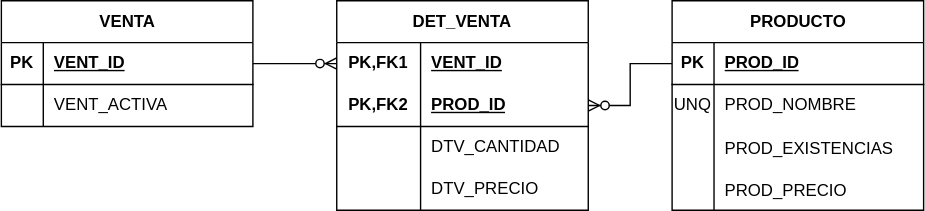
gilpgawoas/gilpgawoas.github.io keeps this draw.io diagram as img/m21compras/comprasrel.drawio.svg. Above is the earlier version. Source tidied: cells renumbered, new cells last; positions are measured from the earlier drawing's top-left corner, leaving out a move shared by most shapes. Source of this version:
```xml
<mxGraphModel>
  <root>
    <mxCell id="0" />
    <mxCell id="1" parent="0" />
    <mxCell id="2" value="PRODUCTO" style="shape=table;startSize=30;rowLines=0;fontStyle=1;align=center;html=1;" parent="1" vertex="1">
      <mxGeometry x="480" width="180" height="150" as="geometry" />
    </mxCell>
    <mxCell id="3" style="shape=tableRow;horizontal=0;startSize=0;swimlaneHead=0;swimlaneBody=0;fillColor=none;points=[[0,0.5],[1,0.5]];portConstraint=eastwest;top=0;left=0;right=0;bottom=1;" parent="2" vertex="1">
      <mxGeometry y="30" width="180" height="30" as="geometry" />
    </mxCell>
    <mxCell id="4" value="PK" style="shape=partialRectangle;fillColor=none;top=0;left=0;bottom=0;right=0;fontStyle=1;overflow=hidden;whiteSpace=wrap;html=1;" parent="3" vertex="1">
      <mxGeometry width="30" height="30" as="geometry" />
    </mxCell>
    <mxCell id="5" value="PROD_ID" style="shape=partialRectangle;fillColor=none;top=0;left=0;bottom=0;right=0;align=left;spacingLeft=6;fontStyle=5;overflow=hidden;whiteSpace=wrap;html=1;" parent="3" vertex="1">
      <mxGeometry x="30" width="150" height="30" as="geometry" />
    </mxCell>
    <mxCell id="6" style="shape=tableRow;horizontal=0;startSize=0;swimlaneHead=0;swimlaneBody=0;fillColor=none;top=0;left=0;right=0;bottom=0;" parent="2" vertex="1">
      <mxGeometry y="60" width="180" height="30" as="geometry" />
    </mxCell>
    <mxCell id="7" value="UNQ" style="shape=partialRectangle;fillColor=none;top=0;left=0;bottom=0;right=0;overflow=hidden;whiteSpace=wrap;html=1;" parent="6" vertex="1">
      <mxGeometry width="30" height="30" as="geometry" />
    </mxCell>
    <mxCell id="8" value="PROD_NOMBRE" style="shape=partialRectangle;fillColor=none;top=0;left=0;bottom=0;right=0;align=left;spacingLeft=6;overflow=hidden;whiteSpace=wrap;html=1;" parent="6" vertex="1">
      <mxGeometry x="30" width="150" height="30" as="geometry" />
    </mxCell>
    <mxCell id="9" style="shape=tableRow;horizontal=0;startSize=0;swimlaneHead=0;swimlaneBody=0;fillColor=none;top=0;left=0;right=0;bottom=0;" parent="2" vertex="1">
      <mxGeometry y="90" width="180" height="30" as="geometry" />
    </mxCell>
    <mxCell id="10" style="shape=partialRectangle;fillColor=none;top=0;left=0;bottom=0;right=0;overflow=hidden;" parent="9" vertex="1">
      <mxGeometry width="30" height="30" as="geometry" />
    </mxCell>
    <mxCell id="11" value="PROD_EXISTENCIAS" style="shape=partialRectangle;fillColor=none;top=0;left=0;bottom=0;right=0;align=left;spacingLeft=6;overflow=hidden;" parent="9" vertex="1">
      <mxGeometry x="30" width="150" height="30" as="geometry" />
    </mxCell>
    <mxCell id="12" style="shape=tableRow;horizontal=0;startSize=0;swimlaneHead=0;swimlaneBody=0;fillColor=none;top=0;left=0;right=0;bottom=0;" parent="2" vertex="1">
      <mxGeometry y="120" width="180" height="30" as="geometry" />
    </mxCell>
    <mxCell id="13" style="shape=partialRectangle;fillColor=none;top=0;left=0;bottom=0;right=0;overflow=hidden;" parent="12" vertex="1">
      <mxGeometry width="30" height="30" as="geometry" />
    </mxCell>
    <mxCell id="14" value="PROD_PRECIO" style="shape=partialRectangle;fillColor=none;top=0;left=0;bottom=0;right=0;align=left;spacingLeft=6;overflow=hidden;" parent="12" vertex="1">
      <mxGeometry x="30" width="150" height="30" as="geometry" />
    </mxCell>
    <mxCell id="15" value="VENTA" style="shape=table;startSize=30;rowLines=0;fontStyle=1;align=center;html=1;" parent="1" vertex="1">
      <mxGeometry width="180" height="90" as="geometry" />
    </mxCell>
    <mxCell id="16" style="shape=tableRow;horizontal=0;startSize=0;swimlaneHead=0;swimlaneBody=0;fillColor=none;points=[[0,0.5],[1,0.5]];portConstraint=eastwest;top=0;left=0;right=0;bottom=1;" parent="15" vertex="1">
      <mxGeometry y="30" width="180" height="30" as="geometry" />
    </mxCell>
    <mxCell id="17" value="PK" style="shape=partialRectangle;fillColor=none;top=0;left=0;bottom=0;right=0;fontStyle=1;overflow=hidden;whiteSpace=wrap;html=1;" parent="16" vertex="1">
      <mxGeometry width="30" height="30" as="geometry" />
    </mxCell>
    <mxCell id="18" value="VENT_ID" style="shape=partialRectangle;fillColor=none;top=0;left=0;bottom=0;right=0;align=left;spacingLeft=6;fontStyle=5;overflow=hidden;whiteSpace=wrap;html=1;" parent="16" vertex="1">
      <mxGeometry x="30" width="150" height="30" as="geometry" />
    </mxCell>
    <mxCell id="19" style="shape=tableRow;horizontal=0;startSize=0;swimlaneHead=0;swimlaneBody=0;fillColor=none;top=0;left=0;right=0;bottom=0;" parent="15" vertex="1">
      <mxGeometry y="60" width="180" height="30" as="geometry" />
    </mxCell>
    <mxCell id="20" style="shape=partialRectangle;fillColor=none;top=0;left=0;bottom=0;right=0;overflow=hidden;whiteSpace=wrap;html=1;" parent="19" vertex="1">
      <mxGeometry width="30" height="30" as="geometry" />
    </mxCell>
    <mxCell id="21" value="VENT_ACTIVA" style="shape=partialRectangle;fillColor=none;top=0;left=0;bottom=0;right=0;align=left;spacingLeft=6;overflow=hidden;whiteSpace=wrap;html=1;" parent="19" vertex="1">
      <mxGeometry x="30" width="150" height="30" as="geometry" />
    </mxCell>
    <mxCell id="22" style="edgeStyle=entityRelationEdgeStyle;fontSize=12;html=1;endArrow=ERzeroToMany;endFill=1;rounded=0;exitX=0;exitY=0.5;exitDx=0;exitDy=0;entryX=1;entryY=0.5;entryDx=0;entryDy=0;" parent="1" edge="1" source="3" target="28">
      <mxGeometry relative="1" as="geometry" />
    </mxCell>
    <mxCell id="23" style="edgeStyle=entityRelationEdgeStyle;fontSize=12;html=1;endArrow=ERzeroToMany;endFill=1;rounded=0;exitX=1;exitY=0.5;exitDx=0;exitDy=0;entryX=0;entryY=0.5;entryDx=0;entryDy=0;" parent="1" edge="1" source="16" target="25">
      <mxGeometry relative="1" as="geometry" />
    </mxCell>
    <mxCell id="24" value="DET_VENTA" style="shape=table;startSize=30;rowLines=0;fontStyle=1;align=center;html=1;whiteSpace=wrap;" parent="1" vertex="1">
      <mxGeometry x="240" width="180" height="150" as="geometry" />
    </mxCell>
    <mxCell id="25" style="shape=tableRow;horizontal=0;startSize=0;swimlaneHead=0;swimlaneBody=0;fillColor=none;points=[[0,0.5],[1,0.5]];portConstraint=eastwest;top=0;left=0;right=0;bottom=0;html=1;" parent="24" vertex="1">
      <mxGeometry y="30" width="180" height="30" as="geometry" />
    </mxCell>
    <mxCell id="26" value="PK,FK1" style="shape=partialRectangle;fillColor=none;top=0;left=0;bottom=0;right=0;fontStyle=1;overflow=hidden;html=1;whiteSpace=wrap;" parent="25" vertex="1">
      <mxGeometry width="60" height="30" as="geometry" />
    </mxCell>
    <mxCell id="27" value="VENT_ID" style="shape=partialRectangle;fillColor=none;top=0;left=0;bottom=0;right=0;align=left;spacingLeft=6;fontStyle=5;overflow=hidden;html=1;whiteSpace=wrap;" parent="25" vertex="1">
      <mxGeometry x="60" width="120" height="30" as="geometry" />
    </mxCell>
    <mxCell id="28" style="shape=tableRow;horizontal=0;startSize=0;swimlaneHead=0;swimlaneBody=0;fillColor=none;points=[[0,0.5],[1,0.5]];portConstraint=eastwest;top=0;left=0;right=0;bottom=1;html=1;" parent="24" vertex="1">
      <mxGeometry y="60" width="180" height="30" as="geometry" />
    </mxCell>
    <mxCell id="29" value="PK,FK2" style="shape=partialRectangle;fillColor=none;top=0;left=0;bottom=0;right=0;fontStyle=1;overflow=hidden;html=1;whiteSpace=wrap;" parent="28" vertex="1">
      <mxGeometry width="60" height="30" as="geometry" />
    </mxCell>
    <mxCell id="30" value="PROD_ID" style="shape=partialRectangle;fillColor=none;top=0;left=0;bottom=0;right=0;align=left;spacingLeft=6;fontStyle=5;overflow=hidden;html=1;whiteSpace=wrap;" parent="28" vertex="1">
      <mxGeometry x="60" width="120" height="30" as="geometry" />
    </mxCell>
    <mxCell id="31" style="shape=tableRow;horizontal=0;startSize=0;swimlaneHead=0;swimlaneBody=0;fillColor=none;top=0;left=0;right=0;bottom=0;html=1;" parent="24" vertex="1">
      <mxGeometry y="90" width="180" height="30" as="geometry" />
    </mxCell>
    <mxCell id="32" style="shape=partialRectangle;fillColor=none;top=0;left=0;bottom=0;right=0;overflow=hidden;html=1;whiteSpace=wrap;" parent="31" vertex="1">
      <mxGeometry width="60" height="30" as="geometry" />
    </mxCell>
    <mxCell id="33" value="DTV_CANTIDAD" style="shape=partialRectangle;fillColor=none;top=0;left=0;bottom=0;right=0;align=left;spacingLeft=6;overflow=hidden;html=1;whiteSpace=wrap;" parent="31" vertex="1">
      <mxGeometry x="60" width="120" height="30" as="geometry" />
    </mxCell>
    <mxCell id="34" style="shape=tableRow;horizontal=0;startSize=0;swimlaneHead=0;swimlaneBody=0;fillColor=none;top=0;left=0;right=0;bottom=0;html=1;" parent="24" vertex="1">
      <mxGeometry y="120" width="180" height="30" as="geometry" />
    </mxCell>
    <mxCell id="35" style="shape=partialRectangle;fillColor=none;top=0;left=0;bottom=0;right=0;overflow=hidden;html=1;whiteSpace=wrap;" parent="34" vertex="1">
      <mxGeometry width="60" height="30" as="geometry" />
    </mxCell>
    <mxCell id="36" value="DTV_PRECIO" style="shape=partialRectangle;fillColor=none;top=0;left=0;bottom=0;right=0;align=left;spacingLeft=6;overflow=hidden;html=1;whiteSpace=wrap;" parent="34" vertex="1">
      <mxGeometry x="60" width="120" height="30" as="geometry" />
    </mxCell>
  </root>
</mxGraphModel>
```
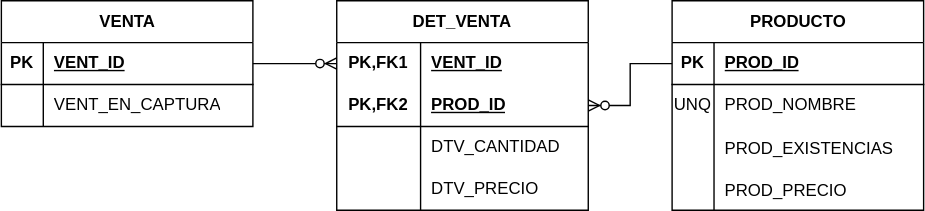
The same diagram one commit later.

What changed in the source:
```diff
@@ -59,7 +59,7 @@
     <mxCell id="20" style="shape=partialRectangle;fillColor=none;top=0;left=0;bottom=0;right=0;overflow=hidden;whiteSpace=wrap;html=1;" parent="19" vertex="1">
       <mxGeometry width="30" height="30" as="geometry" />
     </mxCell>
-    <mxCell id="21" value="VENT_ACTIVA" style="shape=partialRectangle;fillColor=none;top=0;left=0;bottom=0;right=0;align=left;spacingLeft=6;overflow=hidden;whiteSpace=wrap;html=1;" parent="19" vertex="1">
+    <mxCell id="21" value="VENT_EN_CAPTURA" style="shape=partialRectangle;fillColor=none;top=0;left=0;bottom=0;right=0;align=left;spacingLeft=6;overflow=hidden;whiteSpace=wrap;html=1;" parent="19" vertex="1">
       <mxGeometry x="30" width="150" height="30" as="geometry" />
     </mxCell>
     <mxCell id="22" style="edgeStyle=entityRelationEdgeStyle;fontSize=12;html=1;endArrow=ERzeroToMany;endFill=1;rounded=0;exitX=0;exitY=0.5;exitDx=0;exitDy=0;entryX=1;entryY=0.5;entryDx=0;entryDy=0;" parent="1" edge="1" source="3" target="28">
```
